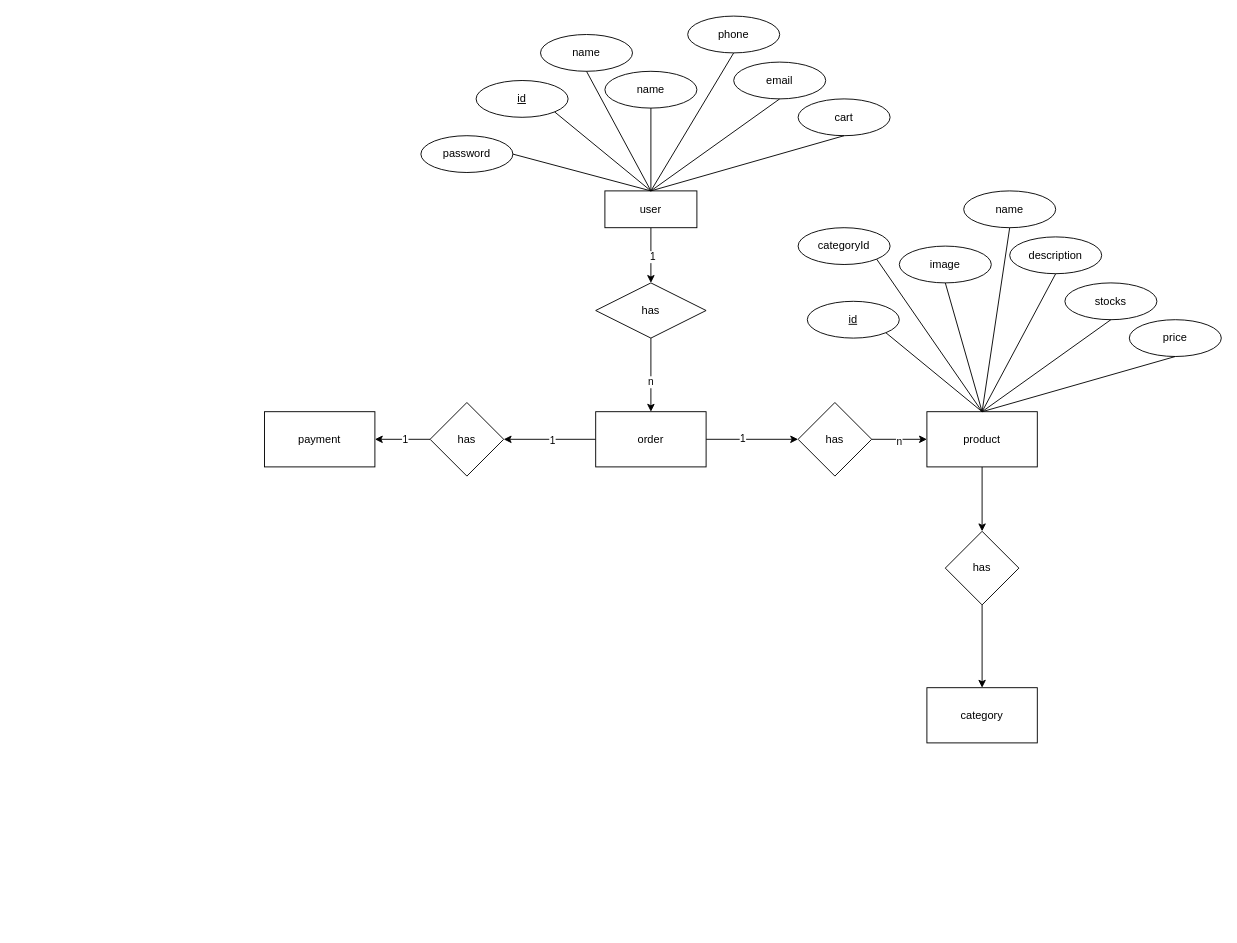
sab1in/css_BEM keeps this draw.io diagram as Untitled Diagram.drawio. Above is the earlier version. Source tidied: cells renumbered, new cells numbered last; positions are measured from the earlier drawing's top-left corner, leaving out a move shared by most shapes. Both pictures are drawn from the tidied source at 92%, with x=0, y=0 at pixel (264, 16).
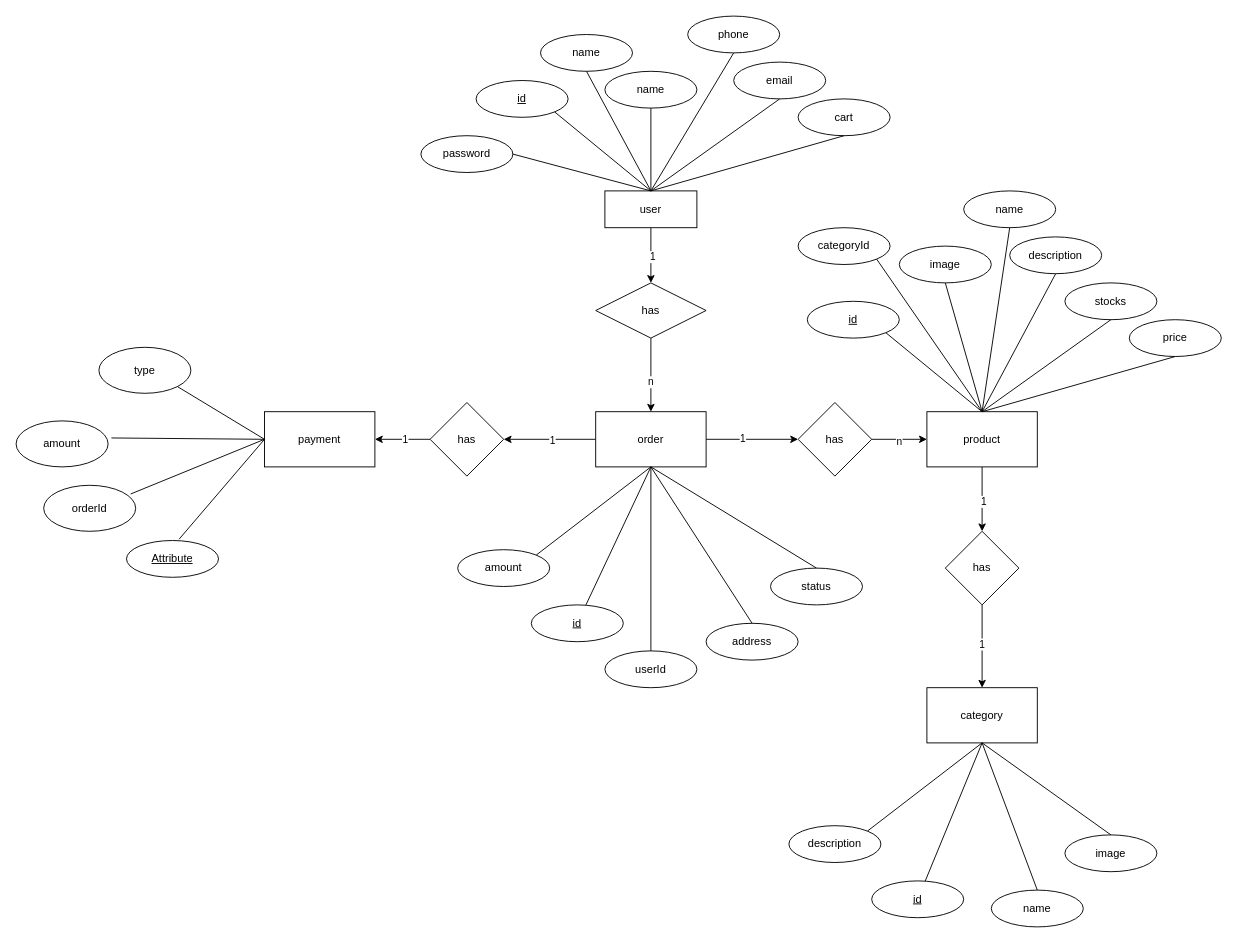
The same page after the edit.

Unchanged cells that the change refers to:
```xml
<mxCell id="26" value="order" style="whiteSpace=wrap;html=1;" parent="1" vertex="1">
  <mxGeometry x="360" y="430" width="120" height="60" as="geometry" />
</mxCell>
<mxCell id="30" value="payment" style="whiteSpace=wrap;html=1;" parent="1" vertex="1">
  <mxGeometry y="430" width="120" height="60" as="geometry" />
</mxCell>
<mxCell id="34" style="edgeStyle=orthogonalEdgeStyle;rounded=0;jettySize=auto;html=1;" parent="1" edge="1" source="35" target="37">
  <mxGeometry relative="1" as="geometry" />
</mxCell>
<mxCell id="36" style="edgeStyle=orthogonalEdgeStyle;rounded=0;jettySize=auto;html=1;" parent="1" edge="1" source="37" target="38">
  <mxGeometry relative="1" as="geometry" />
</mxCell>
```

Diff of the diagram source:
```diff
@@
+    <mxCell id="53" value="1" style="edgeLabel;html=1;align=center;verticalAlign=middle;" parent="34" vertex="1">
+      <mxGeometry x="0.05" y="1" relative="1" as="geometry" />
+    </mxCell>
@@
+    <mxCell id="54" value="1" style="edgeLabel;html=1;align=center;verticalAlign=middle;" parent="36" vertex="1">
+      <mxGeometry x="-0.07" y="-1" relative="1" as="geometry" />
+    </mxCell>
@@
+    <mxCell id="55" value="Attribute" style="ellipse;whiteSpace=wrap;html=1;align=center;fontStyle=4;" parent="1" vertex="1">
+      <mxGeometry x="-150" y="570" width="100" height="40" as="geometry" />
+    </mxCell>
+    <mxCell id="56" style="endArrow=none;html=1;rounded=0;exitX=0.572;exitY=-0.036;exitDx=0;exitDy=0;entryX=0;entryY=0.5;entryDx=0;entryDy=0;exitPerimeter=0;" parent="1" edge="1" source="55" target="30">
+      <mxGeometry relative="1" as="geometry" />
+    </mxCell>
+    <mxCell id="57" value="orderId" style="ellipse;whiteSpace=wrap;html=1;align=center;" parent="1" vertex="1">
+      <mxGeometry x="-240" y="510" width="100" height="50" as="geometry" />
+    </mxCell>
+    <mxCell id="58" style="endArrow=none;html=1;rounded=0;exitX=0.945;exitY=0.189;exitDx=0;exitDy=0;exitPerimeter=0;" parent="1" edge="1" source="57">
+      <mxGeometry relative="1" as="geometry">
+        <mxPoint y="460" as="targetPoint" />
+      </mxGeometry>
+    </mxCell>
+    <mxCell id="59" value="amount" style="ellipse;whiteSpace=wrap;html=1;align=center;" parent="1" vertex="1">
+      <mxGeometry x="-270" y="440" width="100" height="50" as="geometry" />
+    </mxCell>
+    <mxCell id="60" style="endArrow=none;html=1;rounded=0;exitX=1.036;exitY=0.371;exitDx=0;exitDy=0;entryX=0;entryY=0.5;entryDx=0;entryDy=0;exitPerimeter=0;" parent="1" edge="1" source="59" target="30">
+      <mxGeometry relative="1" as="geometry" />
+    </mxCell>
+    <mxCell id="61" value="type" style="ellipse;whiteSpace=wrap;html=1;align=center;" parent="1" vertex="1">
+      <mxGeometry x="-180" y="360" width="100" height="50" as="geometry" />
+    </mxCell>
+    <mxCell id="62" style="endArrow=none;html=1;rounded=0;exitX=1;exitY=1;exitDx=0;exitDy=0;entryX=0;entryY=0.5;entryDx=0;entryDy=0;" parent="1" edge="1" source="61" target="30">
+      <mxGeometry relative="1" as="geometry" />
+    </mxCell>
+    <mxCell id="63" value="id" style="ellipse;whiteSpace=wrap;html=1;align=center;fontStyle=4;direction=east;" parent="1" vertex="1">
+      <mxGeometry x="290" y="640" width="100" height="40" as="geometry" />
+    </mxCell>
+    <mxCell id="64" style="endArrow=none;html=1;rounded=0;entryX=0.5;entryY=1;entryDx=0;entryDy=0;" parent="1" edge="1" source="63" target="26">
+      <mxGeometry relative="1" as="geometry" />
+    </mxCell>
+    <mxCell id="65" value="userId" style="ellipse;whiteSpace=wrap;html=1;align=center;direction=east;" parent="1" vertex="1">
+      <mxGeometry x="370" y="690" width="100" height="40" as="geometry" />
+    </mxCell>
+    <mxCell id="66" style="endArrow=none;html=1;rounded=0;exitX=0.5;exitY=0;exitDx=0;exitDy=0;entryX=0.5;entryY=1;entryDx=0;entryDy=0;" parent="1" edge="1" source="65" target="26">
+      <mxGeometry relative="1" as="geometry" />
+    </mxCell>
+    <mxCell id="67" value="address" style="ellipse;whiteSpace=wrap;html=1;align=center;direction=east;" parent="1" vertex="1">
+      <mxGeometry x="480" y="660" width="100" height="40" as="geometry" />
+    </mxCell>
+    <mxCell id="68" style="endArrow=none;html=1;rounded=0;exitX=0.5;exitY=0;exitDx=0;exitDy=0;entryX=0.5;entryY=1;entryDx=0;entryDy=0;" parent="1" edge="1" source="67" target="26">
+      <mxGeometry relative="1" as="geometry" />
+    </mxCell>
+    <mxCell id="69" value="status" style="ellipse;whiteSpace=wrap;html=1;align=center;direction=east;" parent="1" vertex="1">
+      <mxGeometry x="550" y="600" width="100" height="40" as="geometry" />
+    </mxCell>
+    <mxCell id="70" style="endArrow=none;html=1;rounded=0;exitX=0.5;exitY=0;exitDx=0;exitDy=0;entryX=0.5;entryY=1;entryDx=0;entryDy=0;" parent="1" edge="1" source="69" target="26">
+      <mxGeometry relative="1" as="geometry" />
+    </mxCell>
+    <mxCell id="71" value="amount" style="ellipse;whiteSpace=wrap;html=1;align=center;direction=east;" parent="1" vertex="1">
+      <mxGeometry x="210" y="580" width="100" height="40" as="geometry" />
+    </mxCell>
+    <mxCell id="72" style="endArrow=none;html=1;rounded=0;exitX=1;exitY=0;exitDx=0;exitDy=0;entryX=0.5;entryY=1;entryDx=0;entryDy=0;" parent="1" edge="1" source="71" target="26">
+      <mxGeometry relative="1" as="geometry" />
+    </mxCell>
+    <mxCell id="73" value="id" style="ellipse;whiteSpace=wrap;html=1;align=center;fontStyle=4;direction=east;" parent="1" vertex="1">
+      <mxGeometry x="660" y="940" width="100" height="40" as="geometry" />
+    </mxCell>
+    <mxCell id="74" style="endArrow=none;html=1;rounded=0;entryX=0.5;entryY=1;entryDx=0;entryDy=0;" parent="1" edge="1" source="73">
+      <mxGeometry relative="1" as="geometry">
+        <mxPoint x="780" y="790" as="targetPoint" />
+      </mxGeometry>
+    </mxCell>
+    <mxCell id="75" value="name" style="ellipse;whiteSpace=wrap;html=1;align=center;direction=east;" parent="1" vertex="1">
+      <mxGeometry x="790" y="950" width="100" height="40" as="geometry" />
+    </mxCell>
+    <mxCell id="76" style="endArrow=none;html=1;rounded=0;exitX=0.5;exitY=0;exitDx=0;exitDy=0;entryX=0.5;entryY=1;entryDx=0;entryDy=0;" parent="1" edge="1" source="75">
+      <mxGeometry relative="1" as="geometry">
+        <mxPoint x="780" y="790" as="targetPoint" />
+      </mxGeometry>
+    </mxCell>
+    <mxCell id="77" value="image" style="ellipse;whiteSpace=wrap;html=1;align=center;direction=east;" parent="1" vertex="1">
+      <mxGeometry x="870" y="890" width="100" height="40" as="geometry" />
+    </mxCell>
+    <mxCell id="78" style="endArrow=none;html=1;rounded=0;exitX=0.5;exitY=0;exitDx=0;exitDy=0;entryX=0.5;entryY=1;entryDx=0;entryDy=0;" parent="1" edge="1" source="77">
+      <mxGeometry relative="1" as="geometry">
+        <mxPoint x="780" y="790" as="targetPoint" />
+      </mxGeometry>
+    </mxCell>
+    <mxCell id="79" value="description" style="ellipse;whiteSpace=wrap;html=1;align=center;direction=east;" parent="1" vertex="1">
+      <mxGeometry x="570" y="880" width="100" height="40" as="geometry" />
+    </mxCell>
+    <mxCell id="80" style="endArrow=none;html=1;rounded=0;exitX=1;exitY=0;exitDx=0;exitDy=0;entryX=0.5;entryY=1;entryDx=0;entryDy=0;" parent="1" edge="1" source="79">
+      <mxGeometry relative="1" as="geometry">
+        <mxPoint x="780" y="790" as="targetPoint" />
+      </mxGeometry>
+    </mxCell>
```
